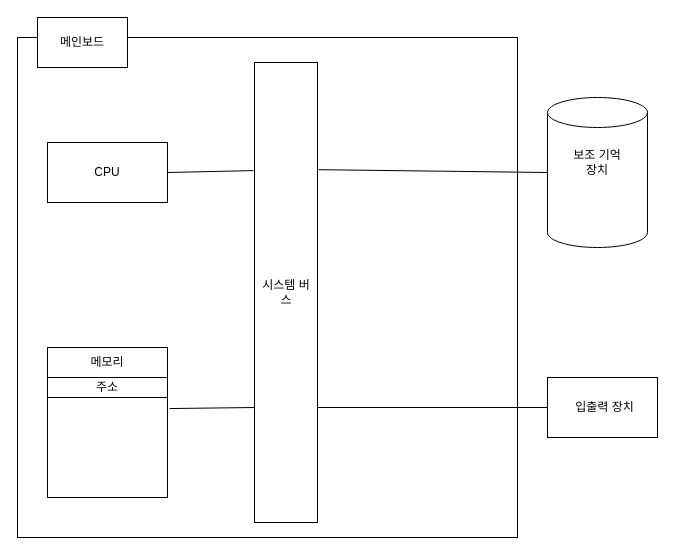
Before: Computer.drawio in choiminwoo2/data-storage, a draw.io diagram. Source tidied: cells renumbered, new cells numbered last; positions are measured from the earlier drawing's top-left corner, leaving out a move shared by most shapes. Both pictures are drawn from the tidied source at 100%, with x=0, y=0 at pixel (17, 17).
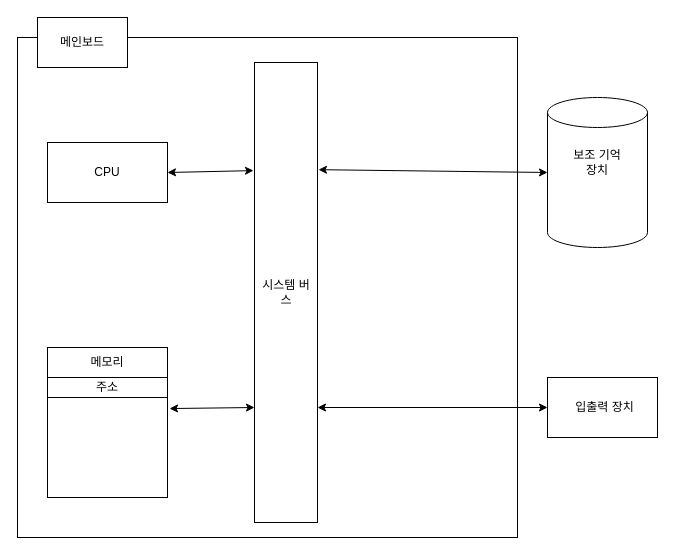
The same page after the edit.

The edit, as a diff of the source:
```diff
@@
 <mxGraphModel>
   <root>
     <mxCell id="0" />
     <mxCell id="1" parent="0" />
     <mxCell id="2" style="whiteSpace=wrap;html=1;" parent="1" vertex="1">
       <mxGeometry y="20" width="500" height="500" as="geometry" />
     </mxCell>
     <mxCell id="3" style="rounded=0;whiteSpace=wrap;html=1;" parent="1" vertex="1">
       <mxGeometry x="237" y="45" width="63" height="460" as="geometry" />
     </mxCell>
     <mxCell id="4" value="시스템 버스" style="text;html=1;align=center;verticalAlign=middle;whiteSpace=wrap;rounded=0;direction=south;" parent="1" vertex="1">
       <mxGeometry x="243.5" y="245" width="50" height="60" as="geometry" />
     </mxCell>
     <mxCell id="5" style="shape=cylinder3;whiteSpace=wrap;html=1;boundedLbl=1;backgroundOutline=1;size=15;" parent="1" vertex="1">
       <mxGeometry x="530" y="80" width="100" height="150" as="geometry" />
     </mxCell>
     <mxCell id="6" value="보조 기억 장치" style="text;html=1;align=center;verticalAlign=middle;whiteSpace=wrap;rounded=0;" parent="1" vertex="1">
       <mxGeometry x="550" y="130" width="60" height="30" as="geometry" />
     </mxCell>
     <mxCell id="7" style="rounded=0;whiteSpace=wrap;html=1;" parent="1" vertex="1">
       <mxGeometry x="530" y="360" width="110" height="60" as="geometry" />
     </mxCell>
     <mxCell id="8" value="입출력 장치" style="text;html=1;align=center;verticalAlign=middle;whiteSpace=wrap;rounded=0;" parent="1" vertex="1">
       <mxGeometry x="545" y="377.5" width="85" height="25" as="geometry" />
     </mxCell>
-    <mxCell id="9" style="endArrow=none;html=1;rounded=0;entryX=0;entryY=0.5;entryDx=0;entryDy=0;entryPerimeter=0;exitX=1.016;exitY=0.233;exitDx=0;exitDy=0;exitPerimeter=0;" parent="1" edge="1" source="3" target="5">
+    <mxCell id="9" style="endArrow=classic;html=1;rounded=0;entryX=0;entryY=0.5;entryDx=0;entryDy=0;entryPerimeter=0;exitX=1.016;exitY=0.233;exitDx=0;exitDy=0;exitPerimeter=0;startArrow=classic;startFill=1;endFill=1;" parent="1" edge="1" source="3" target="5">
       <mxGeometry relative="1" as="geometry" />
     </mxCell>
-    <mxCell id="10" style="endArrow=none;html=1;rounded=0;entryX=0;entryY=0.5;entryDx=0;entryDy=0;exitX=1;exitY=0.75;exitDx=0;exitDy=0;" parent="1" edge="1" source="3" target="7">
+    <mxCell id="10" style="endArrow=classic;html=1;rounded=0;entryX=0;entryY=0.5;entryDx=0;entryDy=0;exitX=1;exitY=0.75;exitDx=0;exitDy=0;startArrow=classic;startFill=1;endFill=1;" parent="1" edge="1" source="3" target="7">
       <mxGeometry relative="1" as="geometry" />
     </mxCell>
     <mxCell id="11" value="CPU" style="rounded=0;whiteSpace=wrap;html=1;" parent="1" vertex="1">
       <mxGeometry x="30" y="125" width="120" height="60" as="geometry" />
     </mxCell>
-    <mxCell id="12" style="endArrow=none;html=1;rounded=0;exitX=1;exitY=0.5;exitDx=0;exitDy=0;entryX=-0.016;entryY=0.235;entryDx=0;entryDy=0;entryPerimeter=0;" parent="1" edge="1" source="11" target="3">
+    <mxCell id="12" style="endArrow=classic;html=1;rounded=0;exitX=1;exitY=0.5;exitDx=0;exitDy=0;entryX=-0.016;entryY=0.235;entryDx=0;entryDy=0;entryPerimeter=0;startArrow=classic;startFill=1;endFill=1;" parent="1" edge="1" source="11" target="3">
       <mxGeometry relative="1" as="geometry" />
     </mxCell>
     <mxCell id="13" style="rounded=0;whiteSpace=wrap;html=1;" parent="1" vertex="1">
       <mxGeometry x="30" y="330" width="120" height="150" as="geometry" />
     </mxCell>
     <mxCell id="14" value="메모리" style="text;html=1;align=center;verticalAlign=middle;whiteSpace=wrap;rounded=0;fontStyle=0;strokeColor=default;" parent="1" vertex="1">
       <mxGeometry x="30" y="330" width="120" height="30" as="geometry" />
     </mxCell>
     <mxCell id="15" value="주소" style="rounded=0;whiteSpace=wrap;html=1;" parent="1" vertex="1">
       <mxGeometry x="30" y="360" width="120" height="20" as="geometry" />
     </mxCell>
-    <mxCell id="16" style="endArrow=none;html=1;rounded=0;exitX=1.017;exitY=0.407;exitDx=0;exitDy=0;exitPerimeter=0;entryX=0;entryY=0.75;entryDx=0;entryDy=0;" parent="1" edge="1" source="13" target="3">
+    <mxCell id="16" style="endArrow=classic;html=1;rounded=0;exitX=1.017;exitY=0.407;exitDx=0;exitDy=0;exitPerimeter=0;entryX=0;entryY=0.75;entryDx=0;entryDy=0;startArrow=classic;startFill=1;endFill=1;" parent="1" edge="1" source="13" target="3">
       <mxGeometry relative="1" as="geometry" />
     </mxCell>
     <mxCell id="17" value="메인보드" style="rounded=0;whiteSpace=wrap;html=1;" parent="1" vertex="1">
       <mxGeometry x="20" width="90" height="50" as="geometry" />
     </mxCell>
   </root>
 </mxGraphModel>
```
